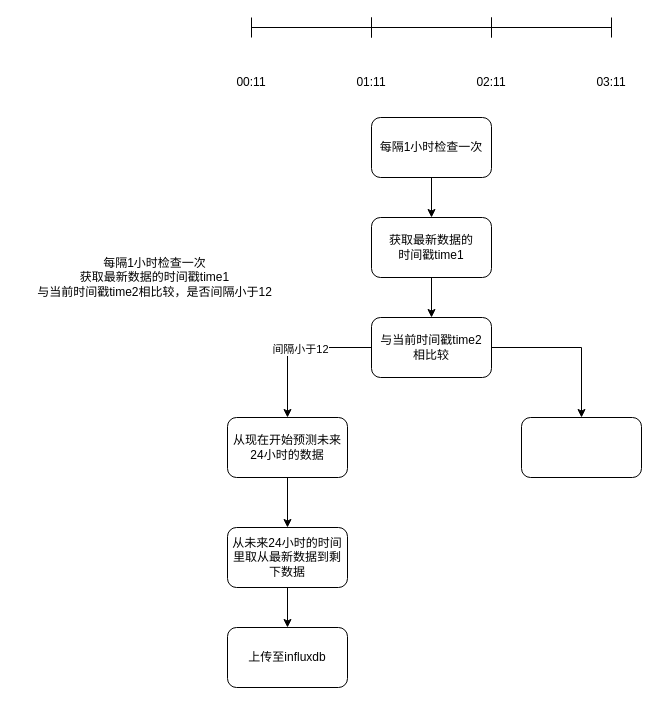
Earlier version of the draw.io diagram timedCheck.drawio (wupei-w/diagrams). Source tidied: cells renumbered, new cells numbered last; positions are measured from the earlier drawing's top-left corner, leaving out a move shared by most shapes. Both pictures are drawn from the tidied source at 100%, with x=0, y=0 at pixel (17, 17).
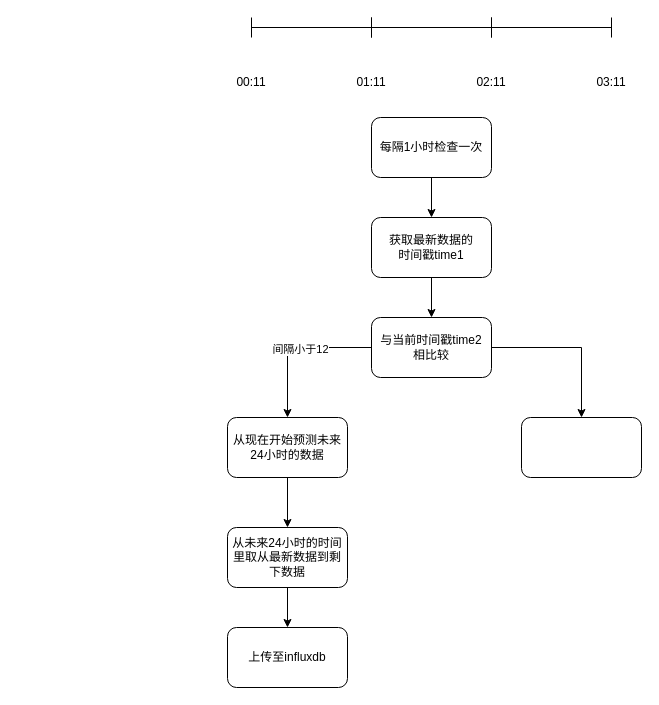
After the change.

The edit, as a diff of the source:
```diff
@@
-    <mxCell id="6" value="每隔1小时检查一次&lt;br&gt;获取最新数据的时间戳time1&lt;br&gt;与当前时间戳time2相比较，是否间隔小于12" style="text;html=1;strokeColor=none;fillColor=none;align=center;verticalAlign=middle;whiteSpace=wrap;rounded=0;" parent="1" vertex="1">
-      <mxGeometry y="220" width="275" height="80" as="geometry" />
-    </mxCell>
```
